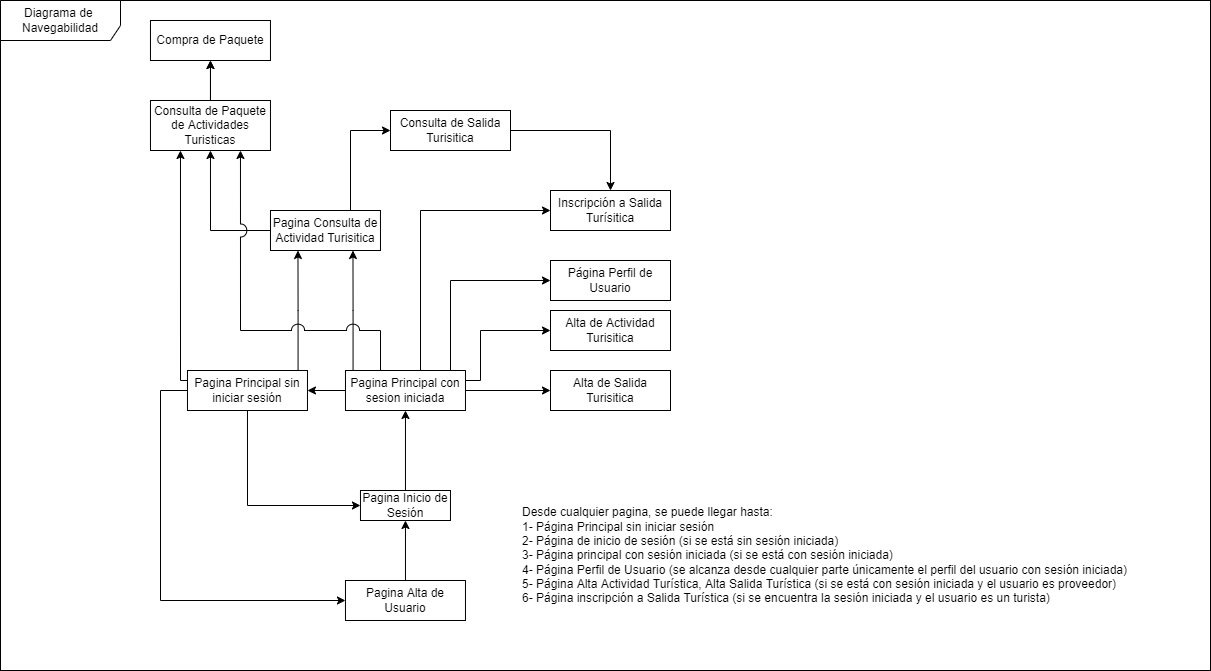
Before: docs/Iteración 1/Navegabilidades/Diagrama de Navegabilidad.drawio.png, a diagram exported from draw.io (FacundoDiaz00/Taller-de-Programaci-n). Source tidied: cells renumbered, new cells last; positions are measured from the earlier drawing's top-left corner, leaving out a move shared by most shapes.
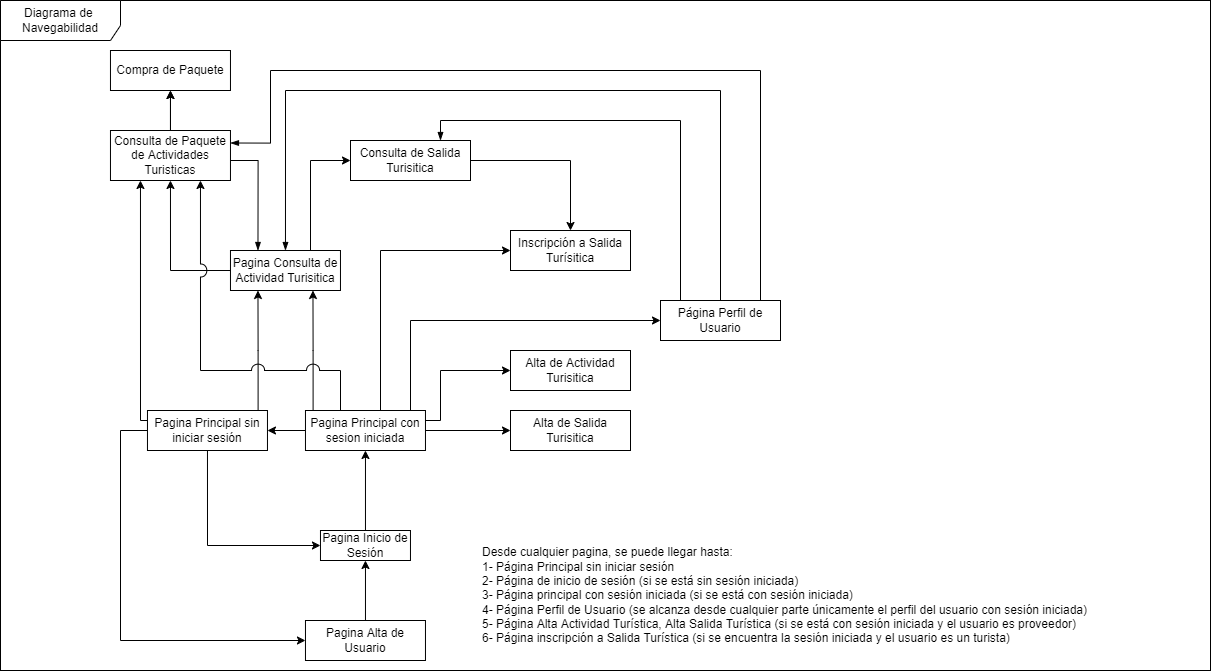
After the change.

Commit message:
Agrego navegabilidades, diagrama.

Change to the diagram source:
```diff
@@ -3,10 +3,10 @@
     <mxCell id="0" />
     <mxCell id="1" parent="0" />
     <mxCell id="2" style="rounded=0;whiteSpace=wrap;html=1;fillColor=#FFFFFF;" parent="1" vertex="1">
-      <mxGeometry width="1210" height="670" as="geometry" />
+      <mxGeometry x="40" y="-40" width="1210" height="670" as="geometry" />
     </mxCell>
     <mxCell id="3" value="Diagrama de&amp;nbsp; Navegabilidad" style="shape=umlFrame;whiteSpace=wrap;html=1;width=120;height=40;" parent="1" vertex="1">
-      <mxGeometry width="1210" height="670" as="geometry" />
+      <mxGeometry x="40" y="-40" width="1210" height="670" as="geometry" />
     </mxCell>
     <mxCell id="4" style="edgeStyle=orthogonalEdgeStyle;rounded=0;jettySize=auto;html=1;" parent="1" edge="1" source="5" target="32">
       <mxGeometry relative="1" as="geometry">
@@ -24,8 +24,33 @@
     <mxCell id="7" value="Pagina Alta de Usuario" style="rounded=0;whiteSpace=wrap;html=1;" parent="1" vertex="1">
       <mxGeometry x="345" y="580" width="120" height="40" as="geometry" />
     </mxCell>
+    <mxCell id="35" style="edgeStyle=orthogonalEdgeStyle;rounded=0;jettySize=auto;html=1;entryX=0.75;entryY=0;entryDx=0;entryDy=0;endArrow=blockThin;endFill=1;" parent="1" edge="1" source="8" target="19">
+      <mxGeometry relative="1" as="geometry">
+        <Array as="points">
+          <mxPoint x="720" y="80" />
+          <mxPoint x="480" y="80" />
+        </Array>
+      </mxGeometry>
+    </mxCell>
+    <mxCell id="36" style="edgeStyle=orthogonalEdgeStyle;rounded=0;jettySize=auto;html=1;entryX=1;entryY=0.25;entryDx=0;entryDy=0;endArrow=blockThin;endFill=1;" parent="1" edge="1" source="8" target="16">
+      <mxGeometry relative="1" as="geometry">
+        <Array as="points">
+          <mxPoint x="800" y="30" />
+          <mxPoint x="310" y="30" />
+          <mxPoint x="310" y="103" />
+        </Array>
+      </mxGeometry>
+    </mxCell>
+    <mxCell id="37" style="edgeStyle=orthogonalEdgeStyle;rounded=0;jettySize=auto;html=1;exitX=0.5;exitY=0;exitDx=0;exitDy=0;entryX=0.5;entryY=0;entryDx=0;entryDy=0;endArrow=blockThin;endFill=1;" parent="1" edge="1" source="8" target="12">
+      <mxGeometry relative="1" as="geometry">
+        <Array as="points">
+          <mxPoint x="760" y="50" />
+          <mxPoint x="325" y="50" />
+        </Array>
+      </mxGeometry>
+    </mxCell>
     <mxCell id="8" value="Página Perfil de Usuario" style="rounded=0;whiteSpace=wrap;html=1;" parent="1" vertex="1">
-      <mxGeometry x="550" y="260" width="120" height="40" as="geometry" />
+      <mxGeometry x="700" y="260" width="120" height="40" as="geometry" />
     </mxCell>
     <mxCell id="9" value="Alta de Actividad Turisitica" style="rounded=0;whiteSpace=wrap;html=1;" parent="1" vertex="1">
       <mxGeometry x="550" y="310" width="120" height="40" as="geometry" />
@@ -40,7 +65,7 @@
     <mxCell id="11" style="edgeStyle=orthogonalEdgeStyle;rounded=0;jumpStyle=arc;jumpSize=13;jettySize=auto;html=1;entryX=0;entryY=0.5;entryDx=0;entryDy=0;" parent="1" edge="1" source="12" target="19">
       <mxGeometry relative="1" as="geometry">
         <Array as="points">
-          <mxPoint x="350" y="130" />
+          <mxPoint x="350" y="120" />
         </Array>
       </mxGeometry>
     </mxCell>
@@ -48,7 +73,7 @@
       <mxGeometry x="270" y="210" width="110" height="40" as="geometry" />
     </mxCell>
     <mxCell id="13" value="Compra de Paquete" style="rounded=0;whiteSpace=wrap;html=1;" parent="1" vertex="1">
-      <mxGeometry x="150" y="20" width="120" height="40" as="geometry" />
+      <mxGeometry x="150" y="10" width="120" height="40" as="geometry" />
     </mxCell>
     <mxCell id="14" style="edgeStyle=orthogonalEdgeStyle;rounded=0;jumpStyle=arc;jumpSize=13;jettySize=auto;html=1;entryX=0.5;entryY=1;entryDx=0;entryDy=0;" parent="1" edge="1" source="16" target="13">
       <mxGeometry relative="1" as="geometry" />
@@ -56,8 +81,15 @@
     <mxCell id="15" style="edgeStyle=orthogonalEdgeStyle;rounded=0;jumpStyle=sharp;jettySize=auto;html=1;entryX=0.5;entryY=1;entryDx=0;entryDy=0;endArrow=classic;endFill=1;" parent="1" edge="1" source="16" target="13">
       <mxGeometry relative="1" as="geometry" />
     </mxCell>
+    <mxCell id="38" style="edgeStyle=orthogonalEdgeStyle;rounded=0;jettySize=auto;html=1;entryX=0.25;entryY=0;entryDx=0;entryDy=0;endArrow=blockThin;endFill=1;" parent="1" edge="1" source="16" target="12">
+      <mxGeometry relative="1" as="geometry">
+        <Array as="points">
+          <mxPoint x="297" y="120" />
+        </Array>
+      </mxGeometry>
+    </mxCell>
     <mxCell id="16" value="Consulta de Paquete de Actividades Turisticas" style="rounded=0;whiteSpace=wrap;html=1;" parent="1" vertex="1">
-      <mxGeometry x="150" y="100" width="120" height="50" as="geometry" />
+      <mxGeometry x="150" y="90" width="120" height="50" as="geometry" />
     </mxCell>
     <mxCell id="17" value="Alta de Salida Turisitica" style="rounded=0;whiteSpace=wrap;html=1;" parent="1" vertex="1">
       <mxGeometry x="550" y="370" width="120" height="40" as="geometry" />
@@ -65,12 +97,12 @@
     <mxCell id="18" style="edgeStyle=orthogonalEdgeStyle;rounded=0;jumpStyle=arc;jumpSize=13;jettySize=auto;html=1;entryX=0.5;entryY=0;entryDx=0;entryDy=0;" parent="1" edge="1" source="19" target="20">
       <mxGeometry relative="1" as="geometry">
         <Array as="points">
-          <mxPoint x="610" y="130" />
+          <mxPoint x="610" y="120" />
         </Array>
       </mxGeometry>
     </mxCell>
     <mxCell id="19" value="Consulta de Salida Turisitica" style="rounded=0;whiteSpace=wrap;html=1;" parent="1" vertex="1">
-      <mxGeometry x="390" y="110" width="120" height="40" as="geometry" />
+      <mxGeometry x="390" y="100" width="120" height="40" as="geometry" />
     </mxCell>
     <mxCell id="20" value="Inscripción a Salida Turísitica" style="rounded=0;whiteSpace=wrap;html=1;" parent="1" vertex="1">
       <mxGeometry x="550" y="190" width="120" height="40" as="geometry" />
```
